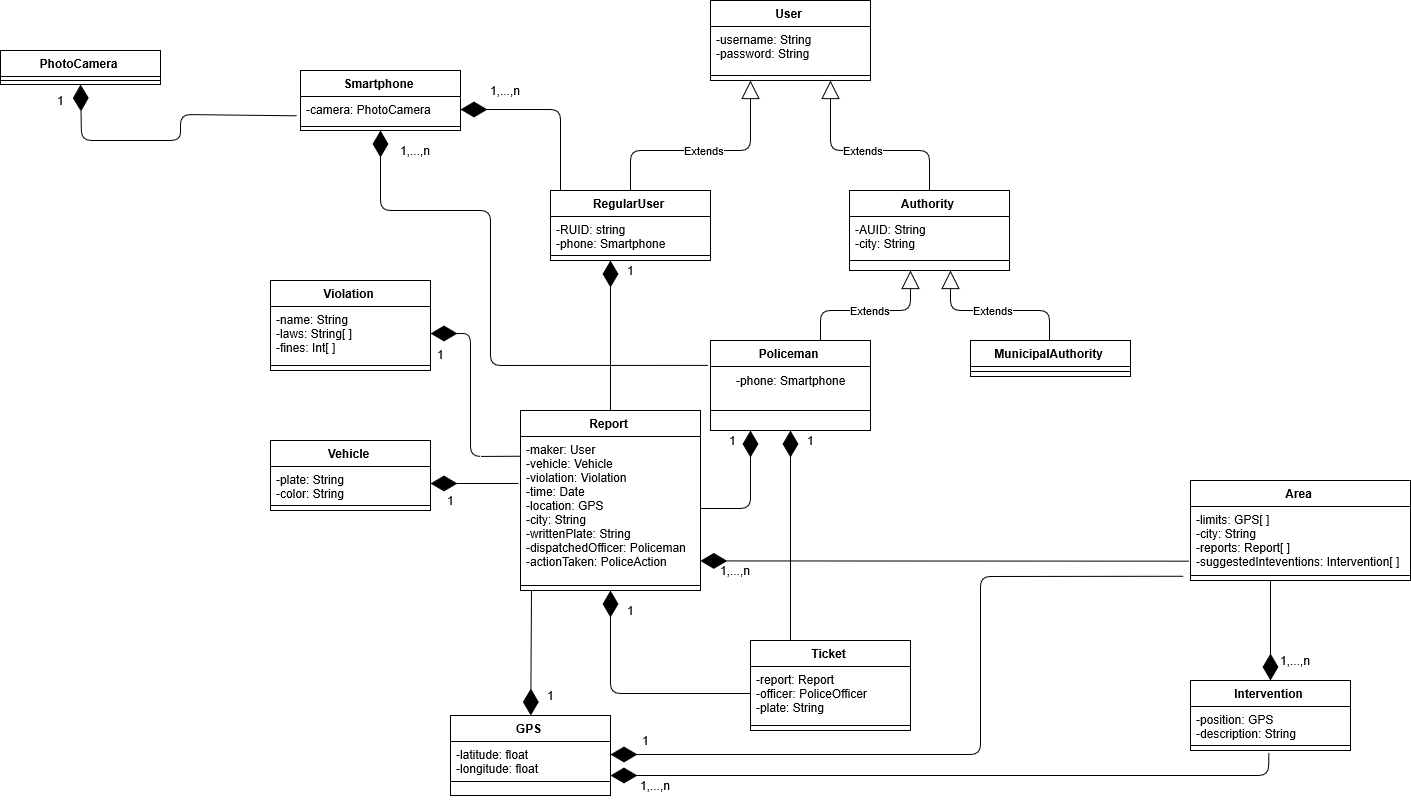
fafrullo2/PanzeriPeruginiPipita keeps this draw.io diagram as DD/Images/ADV_class_diagram.png. Above is the earlier version. Source tidied: cells renumbered, new cells last; positions are measured from the earlier drawing's top-left corner, leaving out a move shared by most shapes.
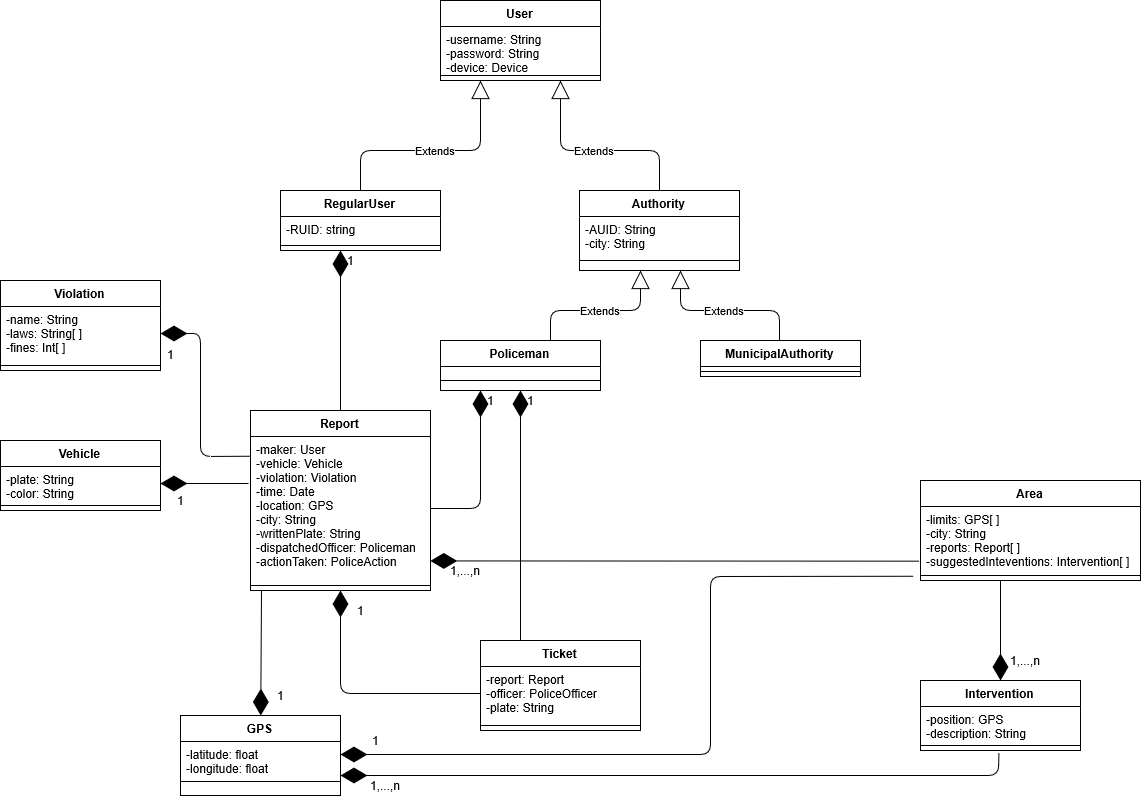
After the commit.

What changed in the source:
```diff
@@ -5,20 +5,20 @@
     <mxCell id="2" value="User" style="swimlane;fontStyle=1;align=center;verticalAlign=top;horizontal=1;startSize=26;" parent="1" vertex="1">
       <mxGeometry x="710" width="160" height="80" as="geometry" />
     </mxCell>
-    <mxCell id="3" value="-username: String&#10;-password: String" style="text;strokeColor=none;fillColor=none;align=left;verticalAlign=top;spacingLeft=4;spacingRight=4;overflow=hidden;" parent="2" vertex="1">
+    <mxCell id="3" value="-username: String&#10;-password: String&#10;-device: Device" style="text;strokeColor=none;fillColor=none;align=left;verticalAlign=top;spacingLeft=4;spacingRight=4;overflow=hidden;" parent="2" vertex="1">
       <mxGeometry y="26" width="160" height="44" as="geometry" />
     </mxCell>
     <mxCell id="4" style="line;strokeWidth=1;fillColor=none;align=left;verticalAlign=middle;spacingTop=-1;spacingLeft=3;spacingRight=3;labelPosition=right;" parent="2" vertex="1">
       <mxGeometry y="70" width="160" height="10" as="geometry" />
     </mxCell>
     <mxCell id="5" value="RegularUser" style="swimlane;fontStyle=1;align=center;verticalAlign=top;horizontal=1;startSize=26;" parent="1" vertex="1">
-      <mxGeometry x="550" y="190" width="160" height="70" as="geometry" />
+      <mxGeometry x="550" y="190" width="160" height="60" as="geometry" />
     </mxCell>
-    <mxCell id="6" value="-RUID: string&#10;-phone: Smartphone" style="text;strokeColor=none;fillColor=none;align=left;verticalAlign=top;spacingLeft=4;spacingRight=4;overflow=hidden;" parent="5" vertex="1">
-      <mxGeometry y="26" width="160" height="34" as="geometry" />
+    <mxCell id="6" value="-RUID: string" style="text;strokeColor=none;fillColor=none;align=left;verticalAlign=top;spacingLeft=4;spacingRight=4;overflow=hidden;" parent="5" vertex="1">
+      <mxGeometry y="26" width="160" height="24" as="geometry" />
     </mxCell>
     <mxCell id="7" style="line;strokeWidth=1;fillColor=none;align=left;verticalAlign=middle;spacingTop=-1;spacingLeft=3;spacingRight=3;labelPosition=right;points=[];portConstraint=eastwest;" parent="5" vertex="1">
-      <mxGeometry y="60" width="160" height="10" as="geometry" />
+      <mxGeometry y="50" width="160" height="10" as="geometry" />
     </mxCell>
     <mxCell id="8" value="Authority" style="swimlane;fontStyle=1;align=center;verticalAlign=top;horizontal=1;startSize=26;" parent="1" vertex="1">
       <mxGeometry x="849" y="190" width="160" height="80" as="geometry" />
@@ -36,16 +36,13 @@
       <mxGeometry y="26" width="160" height="10" as="geometry" />
     </mxCell>
     <mxCell id="13" value="Policeman" style="swimlane;fontStyle=1;align=center;verticalAlign=top;horizontal=1;startSize=26;" parent="1" vertex="1">
-      <mxGeometry x="710" y="340" width="160" height="90" as="geometry" />
+      <mxGeometry x="710" y="340" width="160" height="50" as="geometry" />
     </mxCell>
     <mxCell id="14" value="&#10;" style="text;strokeColor=none;fillColor=none;align=left;verticalAlign=top;spacingLeft=4;spacingRight=4;overflow=hidden;" parent="13" vertex="1">
       <mxGeometry y="26" width="160" height="4" as="geometry" />
     </mxCell>
-    <mxCell id="15" value="-phone: Smartphone" style="text;html=1;align=center;verticalAlign=middle;points=[];" parent="13" vertex="1">
-      <mxGeometry y="30" width="160" height="20" as="geometry" />
-    </mxCell>
     <mxCell id="16" style="line;strokeWidth=1;fillColor=none;align=left;verticalAlign=middle;spacingTop=-1;spacingLeft=3;spacingRight=3;labelPosition=right;points=[];portConstraint=eastwest;" parent="13" vertex="1">
-      <mxGeometry y="50" width="160" height="40" as="geometry" />
+      <mxGeometry y="30" width="160" height="20" as="geometry" />
     </mxCell>
     <mxCell id="17" value="Extends" style="endArrow=block;endSize=16;endFill=0;html=1;exitX=0.5;exitY=0;exitDx=0;exitDy=0;entryX=0.25;entryY=1;entryDx=0;entryDy=0;" parent="1" edge="1" source="5" target="2">
       <mxGeometry relative="1" as="geometry">
@@ -191,47 +188,6 @@
     <mxCell id="49" style="line;strokeWidth=1;fillColor=none;align=left;verticalAlign=middle;spacingTop=-1;spacingLeft=3;spacingRight=3;labelPosition=right;" parent="47" vertex="1">
       <mxGeometry y="52" width="160" height="28" as="geometry" />
     </mxCell>
-    <mxCell id="50" value="Smartphone" style="swimlane;fontStyle=1;align=center;verticalAlign=top;horizontal=1;startSize=26;" parent="1" vertex="1">
-      <mxGeometry x="300" y="70" width="160" height="60" as="geometry" />
-    </mxCell>
-    <mxCell id="51" value="-camera: PhotoCamera " style="text;strokeColor=none;fillColor=none;align=left;verticalAlign=top;spacingLeft=4;spacingRight=4;overflow=hidden;points=[[0,0.5],[1,0.5]];portConstraint=eastwest;" parent="50" vertex="1">
-      <mxGeometry y="26" width="160" height="26" as="geometry" />
-    </mxCell>
-    <mxCell id="52" style="line;strokeWidth=1;fillColor=none;align=left;verticalAlign=middle;spacingTop=-1;spacingLeft=3;spacingRight=3;labelPosition=right;points=[];portConstraint=eastwest;" parent="50" vertex="1">
-      <mxGeometry y="52" width="160" height="8" as="geometry" />
-    </mxCell>
-    <mxCell id="53" value="PhotoCamera" style="swimlane;fontStyle=1;align=center;verticalAlign=top;horizontal=1;startSize=26;" parent="1" vertex="1">
-      <mxGeometry y="50" width="160" height="34" as="geometry" />
-    </mxCell>
-    <mxCell id="54" style="line;strokeWidth=1;fillColor=none;align=left;verticalAlign=middle;spacingTop=-1;spacingLeft=3;spacingRight=3;labelPosition=right;points=[];portConstraint=eastwest;" parent="53" vertex="1">
-      <mxGeometry y="26" width="160" height="8" as="geometry" />
-    </mxCell>
-    <mxCell id="55" style="endArrow=diamondThin;endFill=1;endSize=24;html=1;exitX=-0.015;exitY=-0.256;exitDx=0;exitDy=0;exitPerimeter=0;" parent="1" edge="1" source="15" target="52">
-      <mxGeometry relative="1" as="geometry">
-        <Array as="points">
-          <mxPoint x="490" y="365" />
-          <mxPoint x="490" y="210" />
-          <mxPoint x="380" y="210" />
-        </Array>
-      </mxGeometry>
-    </mxCell>
-    <mxCell id="56" style="endArrow=diamondThin;endFill=1;endSize=24;html=1;exitX=0.5;exitY=0;exitDx=0;exitDy=0;entryX=1;entryY=0.5;entryDx=0;entryDy=0;" parent="1" edge="1" target="51">
-      <mxGeometry relative="1" as="geometry">
-        <mxPoint x="560" y="190" as="sourcePoint" />
-        <Array as="points">
-          <mxPoint x="560" y="109" />
-        </Array>
-      </mxGeometry>
-    </mxCell>
-    <mxCell id="57" style="endArrow=diamondThin;endFill=1;endSize=24;html=1;exitX=-0.023;exitY=0.742;exitDx=0;exitDy=0;exitPerimeter=0;" parent="1" edge="1" source="51" target="54">
-      <mxGeometry relative="1" as="geometry">
-        <Array as="points">
-          <mxPoint x="180" y="114" />
-          <mxPoint x="180" y="140" />
-          <mxPoint x="81" y="140" />
-        </Array>
-      </mxGeometry>
-    </mxCell>
     <mxCell id="58" style="endArrow=diamondThin;endFill=1;endSize=24;html=1;" parent="1" edge="1" target="47">
       <mxGeometry relative="1" as="geometry">
         <mxPoint x="531" y="590" as="sourcePoint" />
@@ -271,26 +227,17 @@
       <mxGeometry x="430" y="343.5" width="20" height="20" as="geometry" />
     </mxCell>
     <mxCell id="67" value="1" style="text;html=1;align=center;verticalAlign=middle;" parent="1" vertex="1">
-      <mxGeometry x="620" y="260" width="20" height="20" as="geometry" />
+      <mxGeometry x="610" y="250" width="20" height="20" as="geometry" />
     </mxCell>
     <mxCell id="68" value="1" style="text;html=1;align=center;verticalAlign=middle;" parent="1" vertex="1">
-      <mxGeometry x="722" y="430" width="20" height="20" as="geometry" />
+      <mxGeometry x="750" y="390" width="20" height="20" as="geometry" />
     </mxCell>
     <mxCell id="69" value="1" style="text;html=1;align=center;verticalAlign=middle;" parent="1" vertex="1">
-      <mxGeometry x="800" y="430" width="20" height="20" as="geometry" />
+      <mxGeometry x="790" y="390" width="20" height="20" as="geometry" />
     </mxCell>
-    <mxCell id="70" value="1" style="text;html=1;align=center;verticalAlign=middle;" parent="1" vertex="1">
-      <mxGeometry x="50" y="90" width="20" height="20" as="geometry" />
-    </mxCell>
     <mxCell id="71" value="1,...,n" style="text;html=1;align=center;verticalAlign=middle;" parent="1" vertex="1">
       <mxGeometry x="1270" y="650" width="50" height="20" as="geometry" />
     </mxCell>
-    <mxCell id="72" value="1,...,n" style="text;html=1;align=center;verticalAlign=middle;" parent="1" vertex="1">
-      <mxGeometry x="480" y="80" width="50" height="20" as="geometry" />
-    </mxCell>
-    <mxCell id="73" value="1,...,n" style="text;html=1;align=center;verticalAlign=middle;" parent="1" vertex="1">
-      <mxGeometry x="390" y="140" width="50" height="20" as="geometry" />
-    </mxCell>
     <mxCell id="74" value="1,...,n" style="text;html=1;align=center;verticalAlign=middle;" parent="1" vertex="1">
       <mxGeometry x="710" y="560" width="50" height="20" as="geometry" />
     </mxCell>
```
